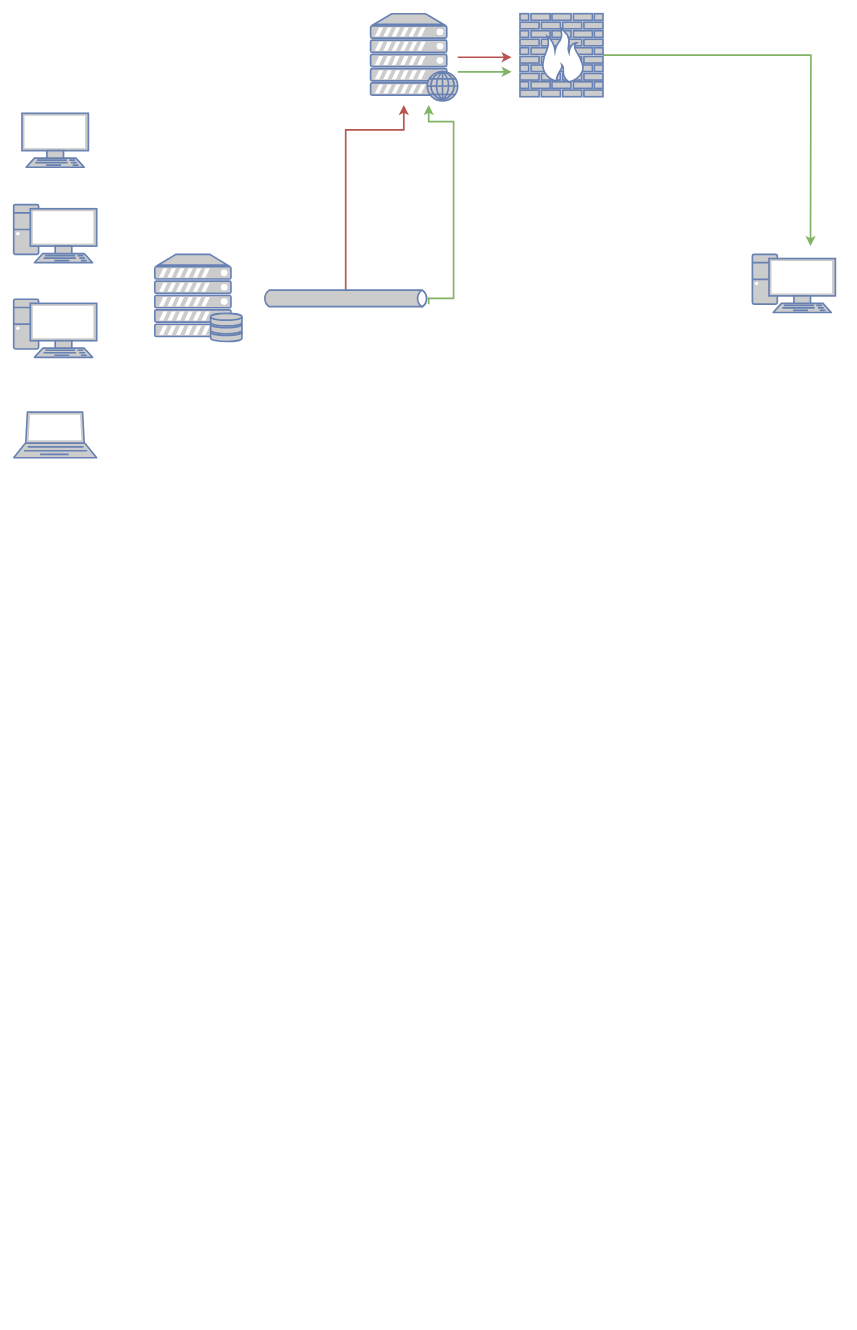
Above: Untitled Diagram.drawio in sachdev27/learn (draw.io), before the change. Source tidied: cells renumbered, new cells numbered last; positions are measured from the earlier drawing's top-left corner, leaving out a move shared by most shapes. Both pictures are drawn from the tidied source at 83%, with x=0, y=0 at pixel (13, 13).
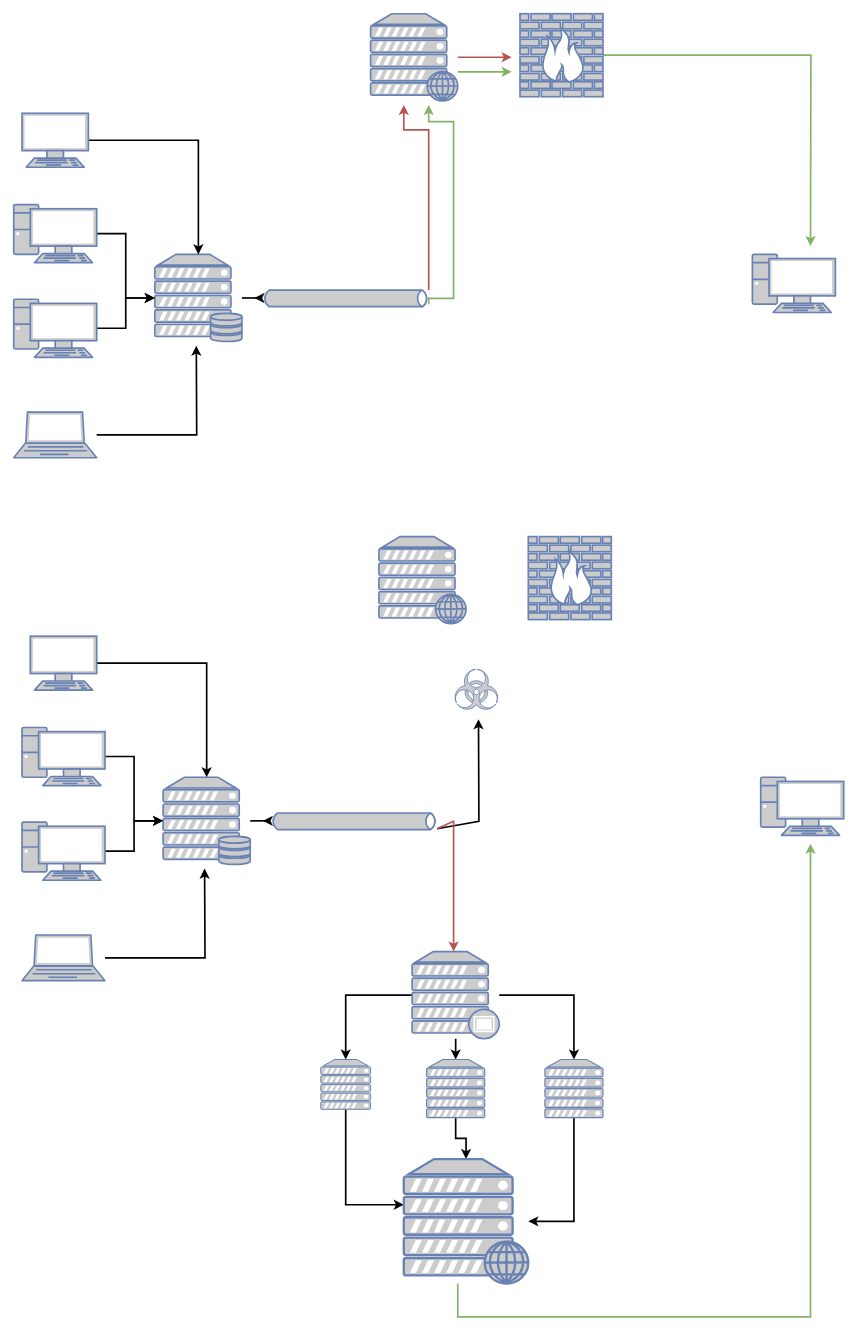
The same page after the edit.

The change refers to these unchanged cells:
```xml
<mxCell id="2" style="fontColor=#0066CC;verticalAlign=top;verticalLabelPosition=bottom;labelPosition=center;align=center;html=1;outlineConnect=0;fillColor=#CCCCCC;strokeColor=#6881B3;gradientColor=none;gradientDirection=north;strokeWidth=2;shape=mxgraph.networks.server_storage;" parent="1" vertex="1">
  <mxGeometry x="170" y="290" width="105" height="105" as="geometry" />
</mxCell>
<mxCell id="5" style="fontColor=#0066CC;verticalAlign=top;verticalLabelPosition=bottom;labelPosition=center;align=center;html=1;outlineConnect=0;fillColor=#CCCCCC;strokeColor=#6881B3;gradientColor=none;gradientDirection=north;strokeWidth=2;shape=mxgraph.networks.pc;" parent="1" vertex="1">
  <mxGeometry y="230" width="100" height="70" as="geometry" />
</mxCell>
<mxCell id="6" style="fontColor=#0066CC;verticalAlign=top;verticalLabelPosition=bottom;labelPosition=center;align=center;html=1;outlineConnect=0;fillColor=#CCCCCC;strokeColor=#6881B3;gradientColor=none;gradientDirection=north;strokeWidth=2;shape=mxgraph.networks.pc;" parent="1" vertex="1">
  <mxGeometry y="344" width="100" height="70" as="geometry" />
</mxCell>
<mxCell id="7" style="fontColor=#0066CC;verticalAlign=top;verticalLabelPosition=bottom;labelPosition=center;align=center;html=1;outlineConnect=0;fillColor=#CCCCCC;strokeColor=#6881B3;gradientColor=none;gradientDirection=north;strokeWidth=2;shape=mxgraph.networks.laptop;" parent="1" vertex="1">
  <mxGeometry y="480" width="100" height="55" as="geometry" />
</mxCell>
<mxCell id="11" style="fontColor=#0066CC;verticalAlign=top;verticalLabelPosition=bottom;labelPosition=center;align=center;html=1;outlineConnect=0;fillColor=#CCCCCC;strokeColor=#6881B3;gradientColor=none;gradientDirection=north;strokeWidth=2;shape=mxgraph.networks.terminal;" parent="1" vertex="1">
  <mxGeometry x="10" y="120" width="80" height="65" as="geometry" />
</mxCell>
<mxCell id="15" style="html=1;outlineConnect=0;fillColor=#CCCCCC;strokeColor=#6881B3;gradientColor=none;gradientDirection=north;strokeWidth=2;shape=mxgraph.networks.bus;gradientColor=none;gradientDirection=north;fontColor=#ffffff;perimeter=backbonePerimeter;backboneSize=20;" parent="1" vertex="1">
  <mxGeometry x="300" y="333" width="200" height="20" as="geometry" />
</mxCell>
```

Diff of the diagram source:
```diff
@@
+    <mxCell id="16" style="edgeStyle=orthogonalEdgeStyle;rounded=0;jettySize=auto;html=1;strokeWidth=2;" parent="1" edge="1" source="2">
+      <mxGeometry relative="1" as="geometry">
+        <mxPoint x="290" y="342.5" as="targetPoint" />
+      </mxGeometry>
+    </mxCell>
@@
+    <mxCell id="17" style="edgeStyle=orthogonalEdgeStyle;rounded=0;jettySize=auto;html=1;entryX=0;entryY=0.5;entryDx=0;entryDy=0;entryPerimeter=0;strokeWidth=2;" parent="1" edge="1" source="5" target="2">
+      <mxGeometry relative="1" as="geometry" />
+    </mxCell>
@@
+    <mxCell id="18" style="edgeStyle=orthogonalEdgeStyle;rounded=0;jettySize=auto;html=1;strokeWidth=2;" parent="1" edge="1" source="6" target="2">
+      <mxGeometry relative="1" as="geometry" />
+    </mxCell>
@@
+    <mxCell id="19" style="edgeStyle=orthogonalEdgeStyle;rounded=0;jettySize=auto;html=1;strokeWidth=2;" parent="1" edge="1" source="7">
+      <mxGeometry relative="1" as="geometry">
+        <mxPoint x="220" y="400" as="targetPoint" />
+      </mxGeometry>
+    </mxCell>
@@
+    <mxCell id="20" style="edgeStyle=orthogonalEdgeStyle;rounded=0;jettySize=auto;html=1;entryX=0.5;entryY=0;entryDx=0;entryDy=0;entryPerimeter=0;strokeWidth=2;" parent="1" edge="1" source="11" target="2">
+      <mxGeometry relative="1" as="geometry" />
+    </mxCell>
@@
     <mxCell id="13" style="edgeStyle=orthogonalEdgeStyle;rounded=0;jettySize=auto;html=1;fillColor=#f8cecc;strokeColor=#b85450;strokeWidth=2;" parent="1" edge="1" source="15">
       <mxGeometry relative="1" as="geometry">
         <mxPoint x="470" y="110" as="targetPoint" />
         <Array as="points">
-          <mxPoint x="400" y="140" />
+          <mxPoint x="500" y="140" />
           <mxPoint x="470" y="140" />
         </Array>
       </mxGeometry>
     </mxCell>
@@
+    <mxCell id="21" style="edgeStyle=orthogonalEdgeStyle;rounded=0;jettySize=auto;html=1;strokeWidth=2;" parent="1" edge="1" source="22">
+      <mxGeometry relative="1" as="geometry">
+        <mxPoint x="300" y="972.5" as="targetPoint" />
+      </mxGeometry>
+    </mxCell>
+    <mxCell id="22" style="fontColor=#0066CC;verticalAlign=top;verticalLabelPosition=bottom;labelPosition=center;align=center;html=1;outlineConnect=0;fillColor=#CCCCCC;strokeColor=#6881B3;gradientColor=none;gradientDirection=north;strokeWidth=2;shape=mxgraph.networks.server_storage;" parent="1" vertex="1">
+      <mxGeometry x="180" y="920" width="105" height="105" as="geometry" />
+    </mxCell>
+    <mxCell id="23" style="fontColor=#0066CC;verticalAlign=top;verticalLabelPosition=bottom;labelPosition=center;align=center;html=1;fillColor=#CCCCCC;strokeColor=#6881B3;gradientColor=none;gradientDirection=north;strokeWidth=2;shape=mxgraph.networks.firewall;" parent="1" vertex="1">
+      <mxGeometry x="620" y="630" width="100" height="100" as="geometry" />
+    </mxCell>
+    <mxCell id="24" style="edgeStyle=orthogonalEdgeStyle;rounded=0;jettySize=auto;html=1;entryX=0;entryY=0.5;entryDx=0;entryDy=0;entryPerimeter=0;strokeWidth=2;" parent="1" edge="1" source="25" target="22">
+      <mxGeometry relative="1" as="geometry" />
+    </mxCell>
+    <mxCell id="25" style="fontColor=#0066CC;verticalAlign=top;verticalLabelPosition=bottom;labelPosition=center;align=center;html=1;outlineConnect=0;fillColor=#CCCCCC;strokeColor=#6881B3;gradientColor=none;gradientDirection=north;strokeWidth=2;shape=mxgraph.networks.pc;" parent="1" vertex="1">
+      <mxGeometry x="10" y="860" width="100" height="70" as="geometry" />
+    </mxCell>
+    <mxCell id="26" style="edgeStyle=orthogonalEdgeStyle;rounded=0;jettySize=auto;html=1;strokeWidth=2;" parent="1" edge="1" source="27" target="22">
+      <mxGeometry relative="1" as="geometry" />
+    </mxCell>
+    <mxCell id="27" style="fontColor=#0066CC;verticalAlign=top;verticalLabelPosition=bottom;labelPosition=center;align=center;html=1;outlineConnect=0;fillColor=#CCCCCC;strokeColor=#6881B3;gradientColor=none;gradientDirection=north;strokeWidth=2;shape=mxgraph.networks.pc;" parent="1" vertex="1">
+      <mxGeometry x="10" y="974" width="100" height="70" as="geometry" />
+    </mxCell>
+    <mxCell id="28" style="edgeStyle=orthogonalEdgeStyle;rounded=0;jettySize=auto;html=1;strokeWidth=2;" parent="1" edge="1" source="29">
+      <mxGeometry relative="1" as="geometry">
+        <mxPoint x="230" y="1030" as="targetPoint" />
+      </mxGeometry>
+    </mxCell>
+    <mxCell id="29" style="fontColor=#0066CC;verticalAlign=top;verticalLabelPosition=bottom;labelPosition=center;align=center;html=1;outlineConnect=0;fillColor=#CCCCCC;strokeColor=#6881B3;gradientColor=none;gradientDirection=north;strokeWidth=2;shape=mxgraph.networks.laptop;" parent="1" vertex="1">
+      <mxGeometry x="10" y="1110" width="100" height="55" as="geometry" />
+    </mxCell>
+    <mxCell id="30" style="fontColor=#0066CC;verticalAlign=top;verticalLabelPosition=bottom;labelPosition=center;align=center;html=1;fillColor=#CCCCCC;strokeColor=#6881B3;gradientColor=none;gradientDirection=north;strokeWidth=2;shape=mxgraph.networks.web_server;" parent="1" vertex="1">
+      <mxGeometry x="440" y="630" width="105" height="105" as="geometry" />
+    </mxCell>
+    <mxCell id="31" style="edgeStyle=orthogonalEdgeStyle;rounded=0;jettySize=auto;html=1;entryX=0.5;entryY=0;entryDx=0;entryDy=0;entryPerimeter=0;strokeWidth=2;" parent="1" edge="1" source="32" target="22">
+      <mxGeometry relative="1" as="geometry" />
+    </mxCell>
+    <mxCell id="32" style="fontColor=#0066CC;verticalAlign=top;verticalLabelPosition=bottom;labelPosition=center;align=center;html=1;outlineConnect=0;fillColor=#CCCCCC;strokeColor=#6881B3;gradientColor=none;gradientDirection=north;strokeWidth=2;shape=mxgraph.networks.terminal;" parent="1" vertex="1">
+      <mxGeometry x="20" y="750" width="80" height="65" as="geometry" />
+    </mxCell>
+    <mxCell id="33" style="fontColor=#0066CC;verticalAlign=top;verticalLabelPosition=bottom;labelPosition=center;align=center;html=1;fillColor=#CCCCCC;strokeColor=#6881B3;gradientColor=none;gradientDirection=north;strokeWidth=2;shape=mxgraph.networks.pc;" parent="1" vertex="1">
+      <mxGeometry x="900" y="920" width="100" height="70" as="geometry" />
+    </mxCell>
+    <mxCell id="34" style="edgeStyle=orthogonalEdgeStyle;rounded=0;jettySize=auto;html=1;strokeWidth=2;" parent="1" edge="1" source="36">
+      <mxGeometry relative="1" as="geometry">
+        <mxPoint x="560" y="850" as="targetPoint" />
+      </mxGeometry>
+    </mxCell>
+    <mxCell id="35" style="edgeStyle=orthogonalEdgeStyle;rounded=0;jettySize=auto;html=1;strokeWidth=2;fillColor=#f8cecc;strokeColor=#b85450;" parent="1" edge="1" source="36">
+      <mxGeometry relative="1" as="geometry">
+        <mxPoint x="530" y="1130" as="targetPoint" />
+        <Array as="points">
+          <mxPoint x="530" y="973" />
+        </Array>
+      </mxGeometry>
+    </mxCell>
+    <mxCell id="36" style="html=1;outlineConnect=0;fillColor=#CCCCCC;strokeColor=#6881B3;gradientColor=none;gradientDirection=north;strokeWidth=2;shape=mxgraph.networks.bus;gradientColor=none;gradientDirection=north;fontColor=#ffffff;perimeter=backbonePerimeter;backboneSize=20;" parent="1" vertex="1">
+      <mxGeometry x="310" y="963" width="200" height="20" as="geometry" />
+    </mxCell>
+    <mxCell id="37" style="fontColor=#0066CC;verticalAlign=top;verticalLabelPosition=bottom;labelPosition=center;align=center;html=1;fillColor=#CCCCCC;strokeColor=#6881B3;gradientColor=none;gradientDirection=north;strokeWidth=2;shape=mxgraph.networks.virus;" parent="1" vertex="1">
+      <mxGeometry x="530" y="790" width="55" height="50" as="geometry" />
+    </mxCell>
+    <mxCell id="38" style="edgeStyle=orthogonalEdgeStyle;rounded=0;jettySize=auto;html=1;strokeWidth=2;" parent="1" edge="1" source="39" target="49">
+      <mxGeometry relative="1" as="geometry">
+        <Array as="points">
+          <mxPoint x="400" y="1435" />
+        </Array>
+      </mxGeometry>
+    </mxCell>
+    <mxCell id="39" style="fontColor=#0066CC;verticalAlign=top;verticalLabelPosition=bottom;labelPosition=center;align=center;html=1;outlineConnect=0;fillColor=#CCCCCC;strokeColor=#6881B3;gradientColor=none;gradientDirection=north;strokeWidth=2;shape=mxgraph.networks.server;" parent="1" vertex="1">
+      <mxGeometry x="370" y="1260" width="60" height="60" as="geometry" />
+    </mxCell>
+    <mxCell id="40" style="edgeStyle=orthogonalEdgeStyle;rounded=0;jettySize=auto;html=1;entryX=0.5;entryY=0;entryDx=0;entryDy=0;entryPerimeter=0;strokeWidth=2;" parent="1" edge="1" source="43" target="39">
+      <mxGeometry relative="1" as="geometry" />
+    </mxCell>
+    <mxCell id="41" style="edgeStyle=orthogonalEdgeStyle;rounded=0;jettySize=auto;html=1;strokeWidth=2;" parent="1" edge="1" source="43" target="45">
+      <mxGeometry relative="1" as="geometry" />
+    </mxCell>
+    <mxCell id="42" style="edgeStyle=orthogonalEdgeStyle;rounded=0;jettySize=auto;html=1;entryX=0.5;entryY=0;entryDx=0;entryDy=0;entryPerimeter=0;strokeWidth=2;" parent="1" edge="1" source="43" target="47">
+      <mxGeometry relative="1" as="geometry" />
+    </mxCell>
+    <mxCell id="43" style="fontColor=#0066CC;verticalAlign=top;verticalLabelPosition=bottom;labelPosition=center;align=center;html=1;outlineConnect=0;fillColor=#CCCCCC;strokeColor=#6881B3;gradientColor=none;gradientDirection=north;strokeWidth=2;shape=mxgraph.networks.proxy_server;" parent="1" vertex="1">
+      <mxGeometry x="480" y="1130" width="105" height="105" as="geometry" />
+    </mxCell>
+    <mxCell id="44" style="edgeStyle=orthogonalEdgeStyle;rounded=0;jettySize=auto;html=1;strokeWidth=2;" parent="1" edge="1" source="45" target="49">
+      <mxGeometry relative="1" as="geometry" />
+    </mxCell>
+    <mxCell id="45" style="fontColor=#0066CC;verticalAlign=top;verticalLabelPosition=bottom;labelPosition=center;align=center;html=1;outlineConnect=0;fillColor=#CCCCCC;strokeColor=#6881B3;gradientColor=none;gradientDirection=north;strokeWidth=2;shape=mxgraph.networks.server;" parent="1" vertex="1">
+      <mxGeometry x="497.5" y="1260" width="70" height="70" as="geometry" />
+    </mxCell>
+    <mxCell id="46" style="edgeStyle=orthogonalEdgeStyle;rounded=0;jettySize=auto;html=1;strokeWidth=2;" parent="1" edge="1" source="47" target="49">
+      <mxGeometry relative="1" as="geometry">
+        <Array as="points">
+          <mxPoint x="675" y="1455" />
+        </Array>
+      </mxGeometry>
+    </mxCell>
+    <mxCell id="47" style="fontColor=#0066CC;verticalAlign=top;verticalLabelPosition=bottom;labelPosition=center;align=center;html=1;outlineConnect=0;fillColor=#CCCCCC;strokeColor=#6881B3;gradientColor=none;gradientDirection=north;strokeWidth=2;shape=mxgraph.networks.server;" parent="1" vertex="1">
+      <mxGeometry x="640" y="1260" width="70" height="70" as="geometry" />
+    </mxCell>
+    <mxCell id="48" style="edgeStyle=orthogonalEdgeStyle;rounded=0;jettySize=auto;html=1;strokeWidth=2;fillColor=#d5e8d4;strokeColor=#82b366;" parent="1" edge="1" source="49">
+      <mxGeometry relative="1" as="geometry">
+        <mxPoint x="960" y="1000" as="targetPoint" />
+        <Array as="points">
+          <mxPoint x="535" y="1570" />
+          <mxPoint x="960" y="1570" />
+        </Array>
+      </mxGeometry>
+    </mxCell>
+    <mxCell id="49" style="fontColor=#0066CC;verticalAlign=top;verticalLabelPosition=bottom;labelPosition=center;align=center;html=1;outlineConnect=0;fillColor=#CCCCCC;strokeColor=#6881B3;gradientColor=none;gradientDirection=north;strokeWidth=2;shape=mxgraph.networks.web_server;" parent="1" vertex="1">
+      <mxGeometry x="470" y="1380" width="150" height="150" as="geometry" />
+    </mxCell>
```
